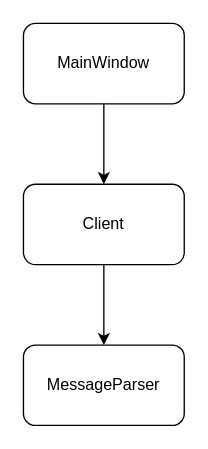
Before: client.drawio in lucky-rydar/miMessage, a draw.io diagram. Source tidied: cells renumbered, new cells numbered last; positions are measured from the earlier drawing's top-left corner, leaving out a move shared by most shapes. Both pictures are drawn from the tidied source at 134%, with x=0, y=0 at pixel (23, 23).
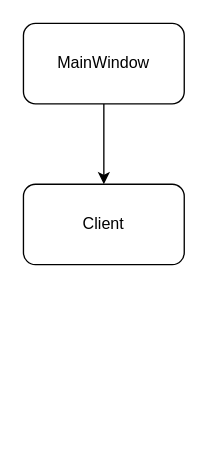
Above is the later version.

Commit message (it also covers changes not shown here):
Updated UML for client, Added reaction on registration for server

What changed in the source:
```diff
@@
 <mxGraphModel>
   <root>
     <mxCell id="0" />
     <mxCell id="1" parent="0" />
     <mxCell id="2" style="edgeStyle=orthogonalEdgeStyle;rounded=0;jettySize=auto;html=1;" parent="1" edge="1" source="3" target="5">
       <mxGeometry relative="1" as="geometry" />
     </mxCell>
     <mxCell id="3" value="MainWindow" style="rounded=1;whiteSpace=wrap;html=1;" parent="1" vertex="1">
       <mxGeometry width="120" height="60" as="geometry" />
     </mxCell>
-    <mxCell id="4" style="edgeStyle=orthogonalEdgeStyle;rounded=0;jettySize=auto;html=1;" parent="1" edge="1" source="5" target="6">
-      <mxGeometry relative="1" as="geometry" />
-    </mxCell>
     <mxCell id="5" value="Client" style="rounded=1;whiteSpace=wrap;html=1;" parent="1" vertex="1">
       <mxGeometry y="120" width="120" height="60" as="geometry" />
     </mxCell>
-    <mxCell id="6" value="MessageParser" style="rounded=1;whiteSpace=wrap;html=1;" parent="1" vertex="1">
-      <mxGeometry y="240" width="120" height="60" as="geometry" />
-    </mxCell>
   </root>
 </mxGraphModel>
```
